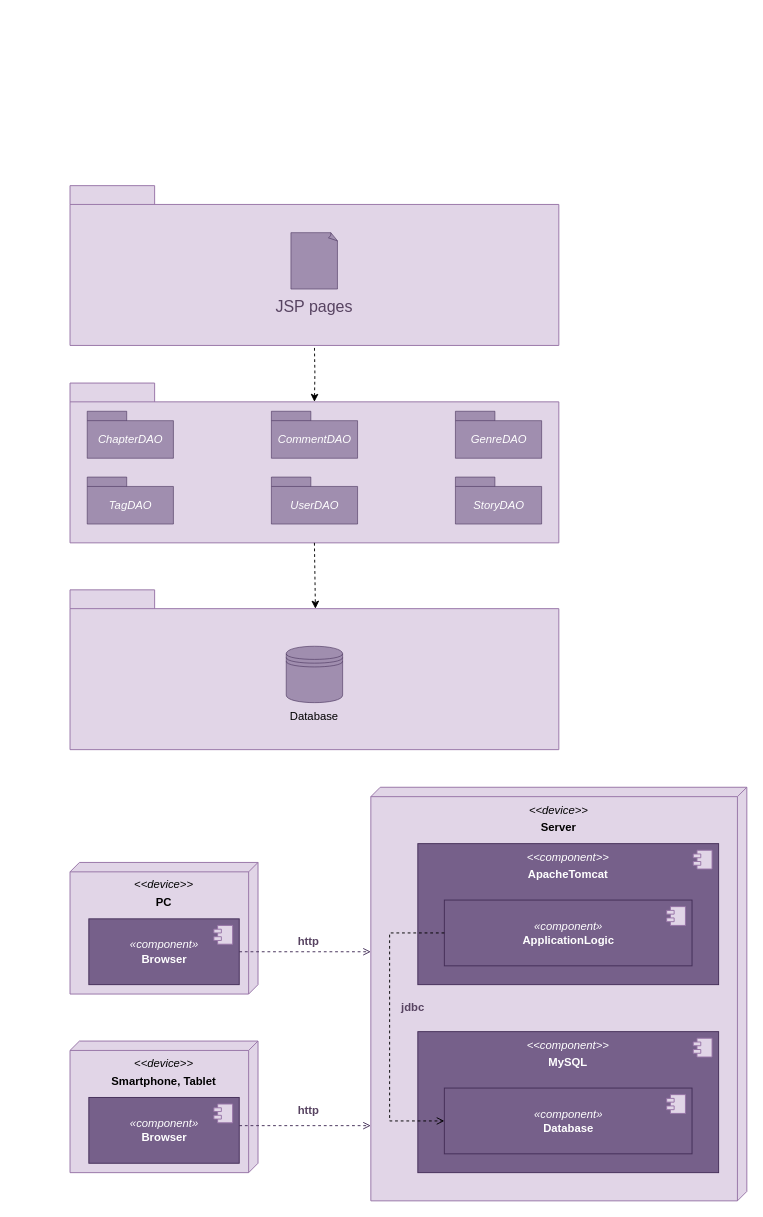
Before: Docs/3.System Design Document/diagrammi.drawio in DMar00/Book-Pad, a draw.io diagram. Source tidied: cells renumbered, new cells numbered last; positions are measured from the earlier drawing's top-left corner, leaving out a move shared by most shapes. Both pictures are drawn from the tidied source at 94%, with x=0, y=0 at pixel (70, 185).
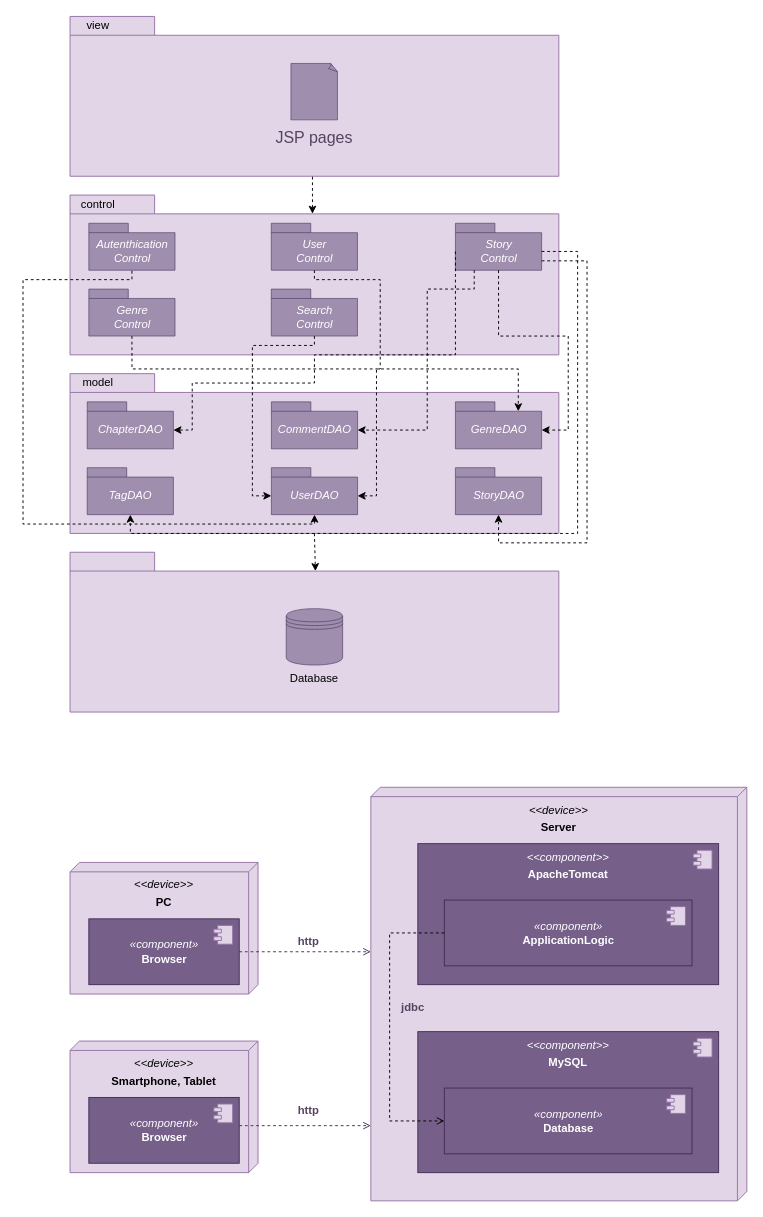
The same diagram, later.

Unchanged cells that the change refers to:
```xml
<mxCell id="4" value="&lt;span style=&quot;font-weight: normal;&quot;&gt;&lt;i&gt;ChapterDAO&lt;/i&gt;&lt;/span&gt;" style="shape=folder;fontStyle=1;spacingTop=10;tabWidth=42;tabHeight=10;tabPosition=left;html=1;fillColor=#76608a;strokeColor=#432D57;fontColor=#ffffff;gradientColor=none;opacity=60;" parent="2" vertex="1">
  <mxGeometry x="18.3" y="30" width="91.7" height="50" as="geometry" />
</mxCell>
<mxCell id="5" value="&lt;span style=&quot;font-weight: normal;&quot;&gt;&lt;i&gt;CommentDAO&lt;/i&gt;&lt;/span&gt;" style="shape=folder;fontStyle=1;spacingTop=10;tabWidth=42;tabHeight=10;tabPosition=left;html=1;fillColor=#76608a;strokeColor=#432D57;fontColor=#ffffff;gradientColor=none;opacity=60;" parent="2" vertex="1">
  <mxGeometry x="214.2" y="30" width="91.7" height="50" as="geometry" />
</mxCell>
<mxCell id="6" value="&lt;span style=&quot;font-weight: normal;&quot;&gt;&lt;i&gt;GenreDAO&lt;/i&gt;&lt;/span&gt;" style="shape=folder;fontStyle=1;spacingTop=10;tabWidth=42;tabHeight=10;tabPosition=left;html=1;fillColor=#76608a;strokeColor=#432D57;fontColor=#ffffff;gradientColor=none;opacity=60;" parent="2" vertex="1">
  <mxGeometry x="410" y="30" width="91.7" height="50" as="geometry" />
</mxCell>
<mxCell id="7" value="&lt;span style=&quot;font-weight: normal;&quot;&gt;&lt;i&gt;StoryDAO&lt;/i&gt;&lt;/span&gt;" style="shape=folder;fontStyle=1;spacingTop=10;tabWidth=42;tabHeight=10;tabPosition=left;html=1;fillColor=#76608a;strokeColor=#432D57;fontColor=#ffffff;gradientColor=none;opacity=60;" parent="2" vertex="1">
  <mxGeometry x="410" y="100" width="91.7" height="50" as="geometry" />
</mxCell>
<mxCell id="8" value="&lt;span style=&quot;font-weight: normal;&quot;&gt;&lt;i&gt;TagDAO&lt;/i&gt;&lt;/span&gt;" style="shape=folder;fontStyle=1;spacingTop=10;tabWidth=42;tabHeight=10;tabPosition=left;html=1;fillColor=#76608a;strokeColor=#432D57;fontColor=#ffffff;gradientColor=none;opacity=60;" parent="2" vertex="1">
  <mxGeometry x="18.3" y="100" width="91.7" height="50" as="geometry" />
</mxCell>
<mxCell id="9" value="&lt;span style=&quot;font-weight: normal;&quot;&gt;&lt;i&gt;UserDAO&lt;/i&gt;&lt;/span&gt;" style="shape=folder;fontStyle=1;spacingTop=10;tabWidth=42;tabHeight=10;tabPosition=left;html=1;fillColor=#76608a;strokeColor=#432D57;fontColor=#ffffff;gradientColor=none;opacity=60;" parent="2" vertex="1">
  <mxGeometry x="214.2" y="100" width="91.7" height="50" as="geometry" />
</mxCell>
<mxCell id="16" style="shape=folder;fontStyle=1;spacingTop=10;tabWidth=90;tabHeight=20;tabPosition=left;html=1;fillColor=#e1d5e7;strokeColor=#9673a6;" parent="15" vertex="1">
  <mxGeometry width="520" height="170" as="geometry" />
</mxCell>
```

What changed in the source:
```diff
@@
     <mxCell id="2" style="group;" parent="1" vertex="1">
-      <mxGeometry y="210" width="520" height="170" as="geometry" />
+      <mxGeometry y="200" width="520" height="170" as="geometry" />
     </mxCell>
@@
+    <mxCell id="56" value="model" style="text;html=1;strokeColor=none;fillColor=none;align=center;verticalAlign=middle;whiteSpace=wrap;rounded=0;" parent="2" vertex="1">
+      <mxGeometry width="60" height="20" as="geometry" />
+    </mxCell>
     <mxCell id="10" style="group;" parent="1" vertex="1">
-      <mxGeometry y="430" width="520" height="170" as="geometry" />
+      <mxGeometry y="390" width="520" height="170" as="geometry" />
     </mxCell>
@@
     <mxCell id="15" style="group;" parent="1" vertex="1">
-      <mxGeometry width="520" height="170" as="geometry" />
+      <mxGeometry y="-180" width="520" height="170" as="geometry" />
     </mxCell>
@@
-    <mxCell id="19" style="edgeStyle=orthogonalEdgeStyle;rounded=0;jettySize=auto;html=1;dashed=1;startArrow=classic;startFill=1;endArrow=none;endFill=0;" parent="1" edge="1" target="16">
-      <mxGeometry relative="1" as="geometry">
-        <mxPoint x="260" y="230" as="sourcePoint" />
-      </mxGeometry>
-    </mxCell>
+    <mxCell id="57" value="view" style="text;html=1;strokeColor=none;fillColor=none;align=center;verticalAlign=middle;whiteSpace=wrap;rounded=0;" parent="15" vertex="1">
+      <mxGeometry width="60" height="20" as="geometry" />
+    </mxCell>
@@
+    <mxCell id="58" style="group;" parent="1" vertex="1">
+      <mxGeometry y="10" width="520" height="170" as="geometry" />
+    </mxCell>
+    <mxCell id="59" style="shape=folder;fontStyle=1;spacingTop=10;tabWidth=90;tabHeight=20;tabPosition=left;html=1;fillColor=#e1d5e7;strokeColor=#9673a6;" parent="58" vertex="1">
+      <mxGeometry width="520" height="170" as="geometry" />
+    </mxCell>
+    <mxCell id="60" value="&lt;span style=&quot;font-weight: 400;&quot;&gt;&lt;i&gt;Autenthication&lt;br&gt;Control&lt;/i&gt;&lt;/span&gt;" style="shape=folder;fontStyle=1;spacingTop=10;tabWidth=42;tabHeight=10;tabPosition=left;html=1;fillColor=#76608a;strokeColor=#432D57;fontColor=#ffffff;gradientColor=none;opacity=60;" parent="58" vertex="1">
+      <mxGeometry x="20" y="30" width="91.7" height="50" as="geometry" />
+    </mxCell>
+    <mxCell id="61" value="&lt;span style=&quot;font-weight: 400;&quot;&gt;&lt;i&gt;User&lt;br&gt;Control&lt;/i&gt;&lt;/span&gt;" style="shape=folder;fontStyle=1;spacingTop=10;tabWidth=42;tabHeight=10;tabPosition=left;html=1;fillColor=#76608a;strokeColor=#432D57;fontColor=#ffffff;gradientColor=none;opacity=60;" parent="58" vertex="1">
+      <mxGeometry x="214.1" y="30" width="91.7" height="50" as="geometry" />
+    </mxCell>
+    <mxCell id="62" value="&lt;span style=&quot;font-weight: 400;&quot;&gt;&lt;i&gt;Story&lt;br&gt;Control&lt;/i&gt;&lt;/span&gt;" style="shape=folder;fontStyle=1;spacingTop=10;tabWidth=42;tabHeight=10;tabPosition=left;html=1;fillColor=#76608a;strokeColor=#432D57;fontColor=#ffffff;gradientColor=none;opacity=60;" parent="58" vertex="1">
+      <mxGeometry x="410" y="30" width="91.7" height="50" as="geometry" />
+    </mxCell>
+    <mxCell id="63" value="&lt;span style=&quot;font-weight: 400;&quot;&gt;&lt;i&gt;Genre&lt;br&gt;Control&lt;/i&gt;&lt;/span&gt;" style="shape=folder;fontStyle=1;spacingTop=10;tabWidth=42;tabHeight=10;tabPosition=left;html=1;fillColor=#76608a;strokeColor=#432D57;fontColor=#ffffff;gradientColor=none;opacity=60;" parent="58" vertex="1">
+      <mxGeometry x="20" y="100" width="91.7" height="50" as="geometry" />
+    </mxCell>
+    <mxCell id="64" value="&lt;span style=&quot;font-weight: 400;&quot;&gt;&lt;i&gt;Search&lt;br&gt;Control&lt;/i&gt;&lt;/span&gt;" style="shape=folder;fontStyle=1;spacingTop=10;tabWidth=42;tabHeight=10;tabPosition=left;html=1;fillColor=#76608a;strokeColor=#432D57;fontColor=#ffffff;gradientColor=none;opacity=60;" parent="58" vertex="1">
+      <mxGeometry x="214.1" y="100" width="91.7" height="50" as="geometry" />
+    </mxCell>
+    <mxCell id="65" value="control" style="text;html=1;strokeColor=none;fillColor=none;align=center;verticalAlign=middle;whiteSpace=wrap;rounded=0;" parent="58" vertex="1">
+      <mxGeometry width="60" height="20" as="geometry" />
+    </mxCell>
+    <mxCell id="66" style="edgeStyle=orthogonalEdgeStyle;rounded=0;jettySize=auto;html=1;dashed=1;startArrow=classic;startFill=1;endArrow=none;endFill=0;entryX=0.5;entryY=1;entryDx=0;entryDy=0;entryPerimeter=0;exitX=0.496;exitY=0.117;exitDx=0;exitDy=0;exitPerimeter=0;" parent="1" edge="1" source="59" target="16">
+      <mxGeometry relative="1" as="geometry">
+        <Array as="points">
+          <mxPoint x="258" y="-10" />
+        </Array>
+      </mxGeometry>
+    </mxCell>
+    <mxCell id="67" style="edgeStyle=orthogonalEdgeStyle;rounded=0;jettySize=auto;html=1;dashed=1;startArrow=classic;startFill=1;endArrow=none;endFill=0;entryX=0.5;entryY=1;entryDx=0;entryDy=0;entryPerimeter=0;exitX=0.5;exitY=1;exitDx=0;exitDy=0;exitPerimeter=0;" parent="1" edge="1" source="9" target="60">
+      <mxGeometry relative="1" as="geometry">
+        <Array as="points">
+          <mxPoint x="260" y="360" />
+          <mxPoint x="-50" y="360" />
+          <mxPoint x="-50" y="100" />
+          <mxPoint x="66" y="100" />
+        </Array>
+      </mxGeometry>
+    </mxCell>
+    <mxCell id="68" style="edgeStyle=orthogonalEdgeStyle;rounded=0;jettySize=auto;html=1;exitX=0.5;exitY=1;exitDx=0;exitDy=0;exitPerimeter=0;entryX=0;entryY=0;entryDx=66.85;entryDy=10;entryPerimeter=0;dashed=1;" parent="1" edge="1" source="63" target="6">
+      <mxGeometry relative="1" as="geometry" />
+    </mxCell>
+    <mxCell id="69" style="edgeStyle=orthogonalEdgeStyle;rounded=0;jettySize=auto;html=1;exitX=0.5;exitY=1;exitDx=0;exitDy=0;exitPerimeter=0;entryX=0;entryY=0;entryDx=0;entryDy=30;entryPerimeter=0;dashed=1;" parent="1" edge="1" source="64" target="9">
+      <mxGeometry relative="1" as="geometry">
+        <Array as="points">
+          <mxPoint x="260" y="170" />
+          <mxPoint x="194" y="170" />
+          <mxPoint x="194" y="330" />
+        </Array>
+      </mxGeometry>
+    </mxCell>
+    <mxCell id="70" style="edgeStyle=orthogonalEdgeStyle;rounded=0;jettySize=auto;html=1;exitX=0.5;exitY=1;exitDx=0;exitDy=0;exitPerimeter=0;entryX=0;entryY=0;entryDx=91.7;entryDy=30;entryPerimeter=0;dashed=1;" parent="1" edge="1" source="61" target="9">
+      <mxGeometry relative="1" as="geometry">
+        <Array as="points">
+          <mxPoint x="260" y="100" />
+          <mxPoint x="330" y="100" />
+          <mxPoint x="330" y="195" />
+          <mxPoint x="326" y="195" />
+          <mxPoint x="326" y="330" />
+        </Array>
+      </mxGeometry>
+    </mxCell>
+    <mxCell id="71" style="edgeStyle=orthogonalEdgeStyle;rounded=0;jettySize=auto;html=1;exitX=0.5;exitY=1;exitDx=0;exitDy=0;exitPerimeter=0;entryX=0;entryY=0;entryDx=91.7;entryDy=30;entryPerimeter=0;dashed=1;" parent="1" edge="1" source="62" target="6">
+      <mxGeometry relative="1" as="geometry">
+        <Array as="points">
+          <mxPoint x="456" y="160" />
+          <mxPoint x="530" y="160" />
+          <mxPoint x="530" y="260" />
+        </Array>
+      </mxGeometry>
+    </mxCell>
+    <mxCell id="72" style="edgeStyle=orthogonalEdgeStyle;rounded=0;jettySize=auto;html=1;entryX=0;entryY=0;entryDx=91.7;entryDy=30;entryPerimeter=0;dashed=1;" parent="1" edge="1" target="5">
+      <mxGeometry relative="1" as="geometry">
+        <mxPoint x="430" y="90" as="sourcePoint" />
+        <Array as="points">
+          <mxPoint x="430" y="110" />
+          <mxPoint x="380" y="110" />
+          <mxPoint x="380" y="260" />
+        </Array>
+      </mxGeometry>
+    </mxCell>
+    <mxCell id="73" style="edgeStyle=orthogonalEdgeStyle;rounded=0;jettySize=auto;html=1;exitX=0;exitY=0;exitDx=0;exitDy=30;exitPerimeter=0;entryX=0;entryY=0;entryDx=91.7;entryDy=30;entryPerimeter=0;dashed=1;" parent="1" edge="1" source="62" target="4">
+      <mxGeometry relative="1" as="geometry">
+        <Array as="points">
+          <mxPoint x="410" y="180" />
+          <mxPoint x="260" y="180" />
+          <mxPoint x="260" y="210" />
+          <mxPoint x="130" y="210" />
+          <mxPoint x="130" y="260" />
+        </Array>
+      </mxGeometry>
+    </mxCell>
+    <mxCell id="74" style="edgeStyle=orthogonalEdgeStyle;rounded=0;jettySize=auto;html=1;exitX=0;exitY=0;exitDx=91.7;exitDy=40;exitPerimeter=0;entryX=0.5;entryY=1;entryDx=0;entryDy=0;entryPerimeter=0;dashed=1;" parent="1" edge="1" source="62" target="7">
+      <mxGeometry relative="1" as="geometry">
+        <Array as="points">
+          <mxPoint x="550" y="80" />
+          <mxPoint x="550" y="380" />
+          <mxPoint x="456" y="380" />
+        </Array>
+      </mxGeometry>
+    </mxCell>
+    <mxCell id="75" style="edgeStyle=orthogonalEdgeStyle;rounded=0;jettySize=auto;html=1;exitX=0;exitY=0;exitDx=91.7;exitDy=30;exitPerimeter=0;dashed=1;entryX=0.5;entryY=1;entryDx=0;entryDy=0;entryPerimeter=0;" parent="1" edge="1" source="62" target="8">
+      <mxGeometry relative="1" as="geometry">
+        <Array as="points">
+          <mxPoint x="540" y="70" />
+          <mxPoint x="540" y="370" />
+          <mxPoint x="64" y="370" />
+        </Array>
+      </mxGeometry>
+    </mxCell>
```
